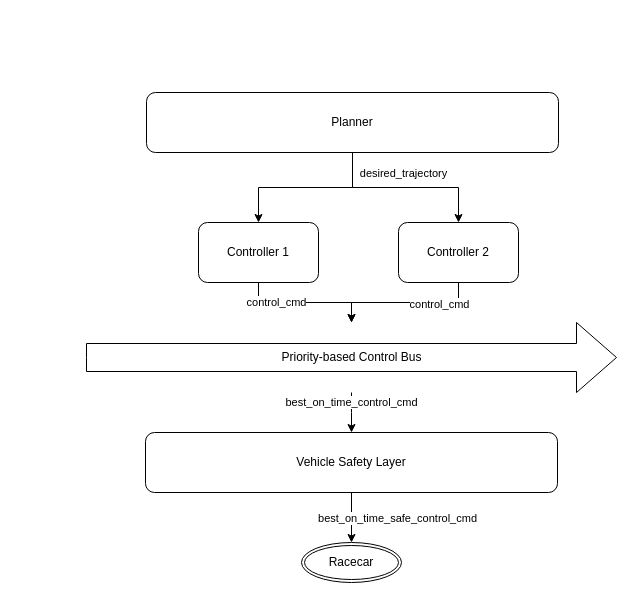
Earlier version of the draw.io diagram system_diagrams/sketch_control_bus.drawio (AndreaFinazzi/iac_docs). Source tidied: cells renumbered, new cells numbered last; positions are measured from the earlier drawing's top-left corner, leaving out a move shared by most shapes. Both pictures are drawn from the tidied source at 100%, with x=0, y=0 at pixel (86, 92).
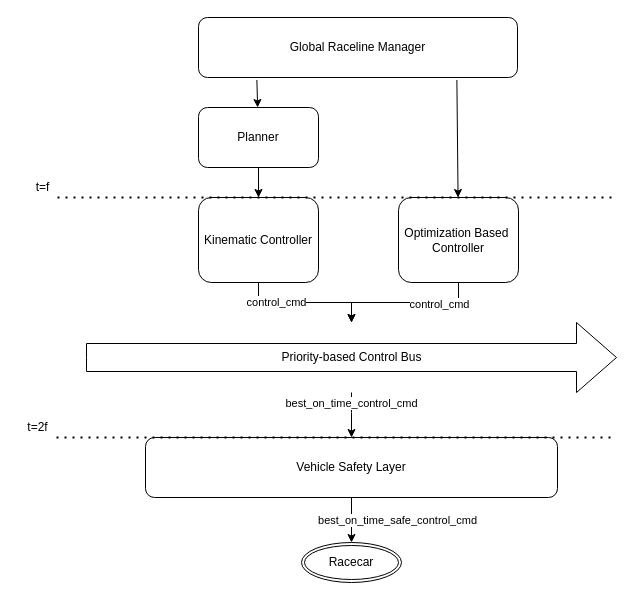
The same diagram, later.

Change to the diagram source:
```diff
@@
-    <mxCell id="2" value="Planner" style="rounded=1;whiteSpace=wrap;html=1;" parent="1" vertex="1">
-      <mxGeometry x="60" width="412" height="60" as="geometry" />
-    </mxCell>
-    <mxCell id="3" style="edgeStyle=orthogonalEdgeStyle;rounded=0;jettySize=auto;html=1;" parent="1" edge="1" source="2" target="6">
-      <mxGeometry relative="1" as="geometry" />
-    </mxCell>
@@
-    <mxCell id="6" value="Controller 1" style="rounded=1;whiteSpace=wrap;html=1;" parent="1" vertex="1">
-      <mxGeometry x="112" y="130" width="120" height="60" as="geometry" />
+    <mxCell id="6" value="Kinematic Controller" style="rounded=1;whiteSpace=wrap;html=1;" parent="1" vertex="1">
+      <mxGeometry x="112" y="105" width="120" height="85" as="geometry" />
     </mxCell>
-    <mxCell id="7" style="edgeStyle=orthogonalEdgeStyle;rounded=0;jettySize=auto;html=1;" parent="1" edge="1" source="2" target="11">
-      <mxGeometry relative="1" as="geometry" />
-    </mxCell>
-    <mxCell id="8" value="desired_trajectory" style="edgeLabel;html=1;align=center;verticalAlign=middle;" parent="7" vertex="1">
-      <mxGeometry x="-0.72" y="-1" relative="1" as="geometry">
-        <mxPoint x="51" y="-5" as="offset" />
-      </mxGeometry>
-    </mxCell>
@@
+    <mxCell id="17" style="edgeStyle=none;rounded=0;jettySize=auto;html=1;exitX=0.81;exitY=1.041;exitDx=0;exitDy=0;exitPerimeter=0;" parent="1" edge="1" source="19" target="11">
+      <mxGeometry relative="1" as="geometry" />
+    </mxCell>
-    <mxCell id="11" value="Controller 2&lt;br&gt;" style="rounded=1;whiteSpace=wrap;html=1;" parent="1" vertex="1">
-      <mxGeometry x="312" y="130" width="120" height="60" as="geometry" />
+    <mxCell id="11" value="Optimization Based&amp;nbsp; Controller" style="rounded=1;whiteSpace=wrap;html=1;" parent="1" vertex="1">
+      <mxGeometry x="312" y="105" width="120" height="85" as="geometry" />
     </mxCell>
@@
     <mxCell id="15" value="Vehicle Safety Layer" style="rounded=1;whiteSpace=wrap;html=1;" parent="1" vertex="1">
-      <mxGeometry x="59" y="340" width="412" height="60" as="geometry" />
+      <mxGeometry x="59" y="345" width="412" height="60" as="geometry" />
     </mxCell>
@@
+    <mxCell id="3" style="rounded=0;jettySize=auto;html=1;entryX=0.5;entryY=0;entryDx=0;entryDy=0;" parent="1" edge="1" source="2" target="6">
+      <mxGeometry relative="1" as="geometry" />
+    </mxCell>
+    <mxCell id="18" style="edgeStyle=none;rounded=0;jettySize=auto;html=1;exitX=0.183;exitY=1.041;exitDx=0;exitDy=0;exitPerimeter=0;" parent="1" edge="1" source="19" target="2">
+      <mxGeometry relative="1" as="geometry" />
+    </mxCell>
+    <mxCell id="19" value="Global Raceline Manager" style="rounded=1;whiteSpace=wrap;html=1;" parent="1" vertex="1">
+      <mxGeometry x="112" y="-75" width="319" height="60" as="geometry" />
+    </mxCell>
+    <mxCell id="20" style="endArrow=none;dashed=1;html=1;dashPattern=1 3;strokeWidth=2;startArrow=none;" parent="1" edge="1">
+      <mxGeometry relative="1" as="geometry">
+        <mxPoint x="-29" y="105" as="sourcePoint" />
+        <mxPoint x="531" y="105" as="targetPoint" />
+      </mxGeometry>
+    </mxCell>
+    <mxCell id="21" style="endArrow=none;dashed=1;html=1;dashPattern=1 3;strokeWidth=2;" parent="1" edge="1">
+      <mxGeometry relative="1" as="geometry">
+        <mxPoint x="-30" y="345" as="sourcePoint" />
+        <mxPoint x="530" y="345" as="targetPoint" />
+      </mxGeometry>
+    </mxCell>
+    <mxCell id="22" value="t=f" style="text;html=1;align=center;verticalAlign=middle;strokeColor=none;" parent="1" vertex="1">
+      <mxGeometry x="-59" y="85" width="30" height="20" as="geometry" />
+    </mxCell>
+    <mxCell id="23" value="t=2f" style="text;html=1;align=center;verticalAlign=middle;strokeColor=none;" parent="1" vertex="1">
+      <mxGeometry x="-69" y="325" width="40" height="20" as="geometry" />
+    </mxCell>
+    <mxCell id="2" value="Planner" style="rounded=1;whiteSpace=wrap;html=1;" parent="1" vertex="1">
+      <mxGeometry x="112" y="15" width="120" height="60" as="geometry" />
+    </mxCell>
```
